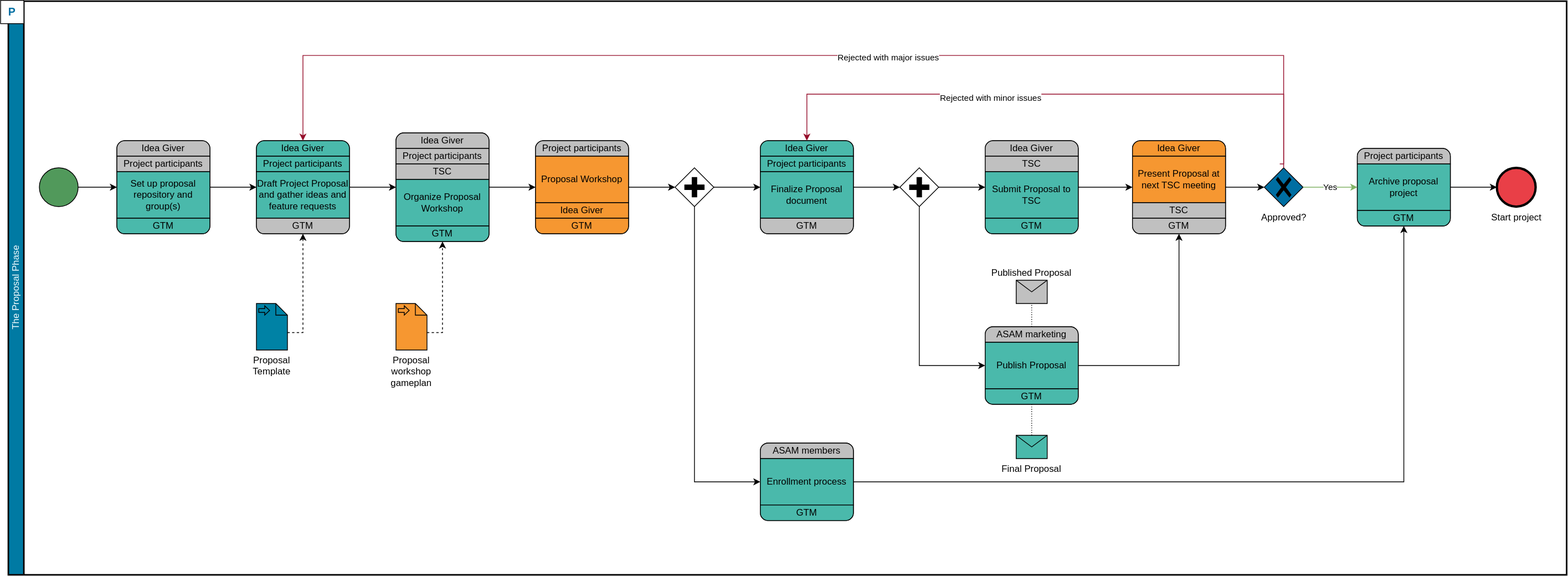
asam-ev/asam-project-guide-content keeps this draw.io diagram as content/modules/compendium/assets/images/asam/proposal_phase_v2.drawio.svg. Above is the earlier version. Source tidied: cells renumbered, new cells last; positions are measured from the earlier drawing's top-left corner, leaving out a move shared by most shapes.
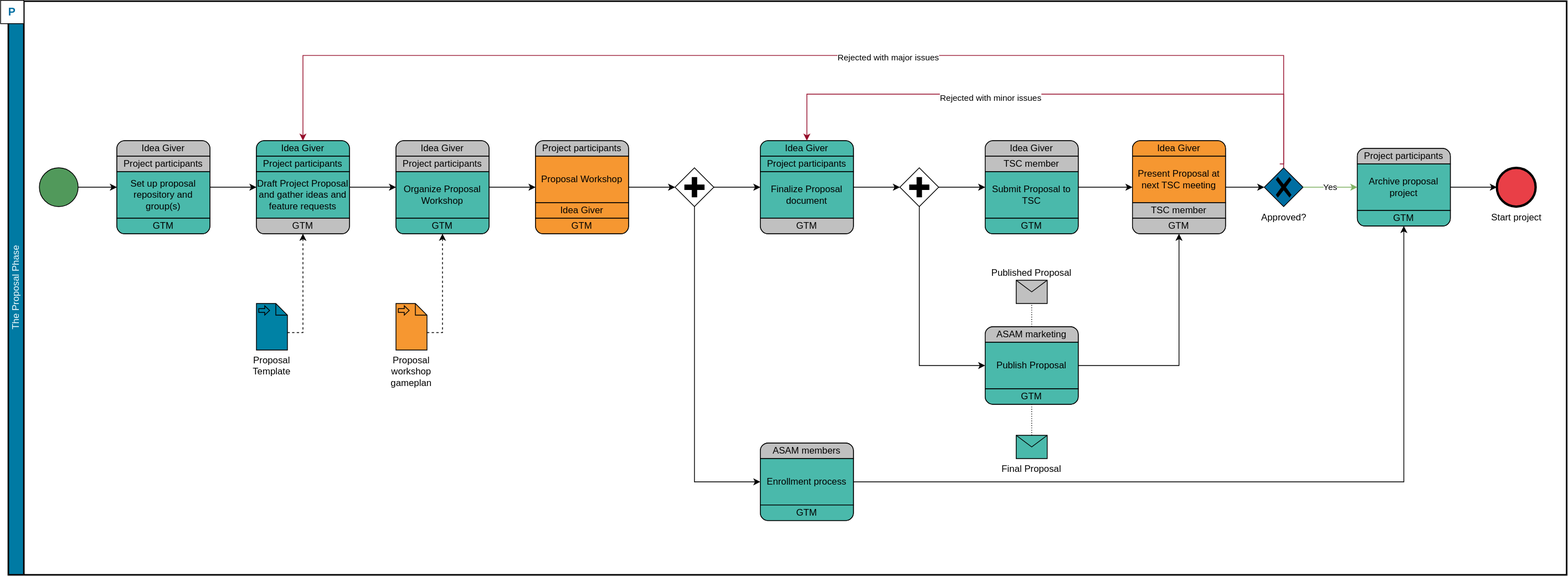
After the commit.

Commit message:
TSC --> TSC member

Diff of the diagram source:
```diff
@@ -80,7 +80,7 @@
     <mxCell id="27" value="Present Proposal at next TSC meeting" style="shape=mxgraph.bpmn.task;taskMarker=abstract;whiteSpace=wrap;fillColor=#F69731;" parent="25" vertex="1">
       <mxGeometry y="20" width="120" height="60" as="geometry" />
     </mxCell>
-    <mxCell id="28" value="TSC" style="shape=mxgraph.bpmn.task;taskMarker=abstract;rectStyle=square;fillColor=#C0C0C0;whiteSpace=wrap;" parent="25" vertex="1">
+    <mxCell id="28" value="TSC member" style="shape=mxgraph.bpmn.task;taskMarker=abstract;rectStyle=square;fillColor=#C0C0C0;whiteSpace=wrap;" parent="25" vertex="1">
       <mxGeometry y="80" width="120" height="20" as="geometry" />
     </mxCell>
     <mxCell id="29" value="GTM" style="whiteSpace=wrap;html=1;shape=mxgraph.basic.rect;size=10;rectStyle=rounded;topRightStyle=square;topLeftStyle=square;fillColor=#C0C0C0;" parent="25" vertex="1">
@@ -116,7 +116,7 @@
     <mxCell id="39" value="Idea Giver" style="whiteSpace=wrap;html=1;shape=mxgraph.basic.rect;size=10;rectStyle=rounded;bottomRightStyle=square;bottomLeftStyle=square;fillColor=#C0C0C0;" parent="38" vertex="1">
       <mxGeometry width="120" height="20" as="geometry" />
     </mxCell>
-    <mxCell id="40" value="TSC" style="shape=mxgraph.bpmn.task;taskMarker=abstract;rectStyle=square;fillColor=#C0C0C0;whiteSpace=wrap;" parent="38" vertex="1">
+    <mxCell id="40" value="TSC member" style="shape=mxgraph.bpmn.task;taskMarker=abstract;rectStyle=square;fillColor=#C0C0C0;whiteSpace=wrap;" parent="38" vertex="1">
       <mxGeometry y="20" width="120" height="20" as="geometry" />
     </mxCell>
     <mxCell id="41" value="Submit Proposal to TSC" style="shape=mxgraph.bpmn.task;taskMarker=abstract;whiteSpace=wrap;fillColor=#4AB9AB;" parent="38" vertex="1">
@@ -175,7 +175,7 @@
       <mxGeometry y="100" width="120" height="20" as="geometry" />
     </mxCell>
     <mxCell id="57" value="Draft Project Proposal, gather ideas and feature requests" style="rounded=1;whiteSpace=wrap;html=1;absoluteArcSize=1;arcSize=20;horizontal=1;fillColor=#4AB9AB;" parent="2" vertex="1">
-      <mxGeometry x="500" y="170" width="120" height="140" as="geometry" />
+      <mxGeometry x="500" y="180" width="120" height="120" as="geometry" />
     </mxCell>
     <mxCell id="58" value="Idea Giver" style="whiteSpace=wrap;html=1;shape=mxgraph.basic.rect;size=10;rectStyle=rounded;bottomRightStyle=square;bottomLeftStyle=square;fillColor=#C0C0C0;" parent="57" vertex="1">
       <mxGeometry width="120" height="20" as="geometry" />
@@ -183,14 +183,11 @@
     <mxCell id="59" value="Project participants" style="shape=mxgraph.bpmn.task;taskMarker=abstract;rectStyle=square;whiteSpace=wrap;fillColor=#C0C0C0;" parent="57" vertex="1">
       <mxGeometry y="20" width="120" height="20" as="geometry" />
     </mxCell>
-    <mxCell id="60" value="TSC" style="shape=mxgraph.bpmn.task;taskMarker=abstract;rectStyle=square;whiteSpace=wrap;fillColor=#C0C0C0;" parent="57" vertex="1">
-      <mxGeometry y="40" width="120" height="20" as="geometry" />
-    </mxCell>
     <mxCell id="61" value="Organize Proposal Workshop" style="shape=mxgraph.bpmn.task;taskMarker=abstract;whiteSpace=wrap;fillColor=#4AB9AB;" parent="57" vertex="1">
-      <mxGeometry y="60" width="120" height="60" as="geometry" />
+      <mxGeometry y="40" width="120" height="60" as="geometry" />
     </mxCell>
     <mxCell id="62" value="GTM" style="whiteSpace=wrap;html=1;shape=mxgraph.basic.rect;size=10;rectStyle=rounded;topRightStyle=square;topLeftStyle=square;fillColor=#4AB9AB;" parent="57" vertex="1">
-      <mxGeometry y="120" width="120" height="20" as="geometry" />
+      <mxGeometry y="100" width="120" height="20" as="geometry" />
     </mxCell>
     <mxCell id="63" value="Proposal workshop gameplan" style="shape=mxgraph.bpmn.data;labelPosition=center;verticalLabelPosition=bottom;align=center;verticalAlign=top;whiteSpace=wrap;size=15;html=1;bpmnTransferType=input;fillColor=#F69731;" parent="2" vertex="1">
       <mxGeometry x="500" y="390" width="40" height="60" as="geometry" />
```
